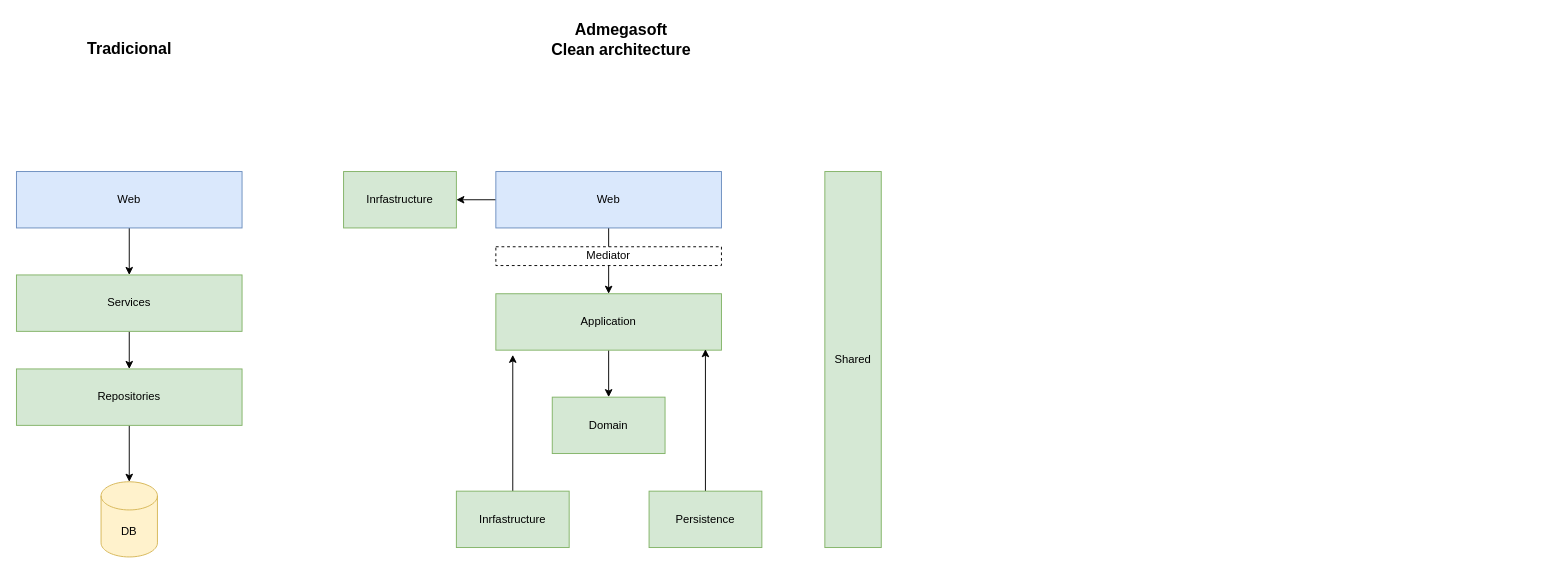
Before: docs/Diagrams/Clean vs Traditional.drawio in u99tomas/Admegatest, a draw.io diagram. Source tidied: cells renumbered, new cells numbered last; positions are measured from the earlier drawing's top-left corner, leaving out a move shared by most shapes. Both pictures are drawn from the tidied source at 94%, with x=0, y=0 at pixel (16, 16).
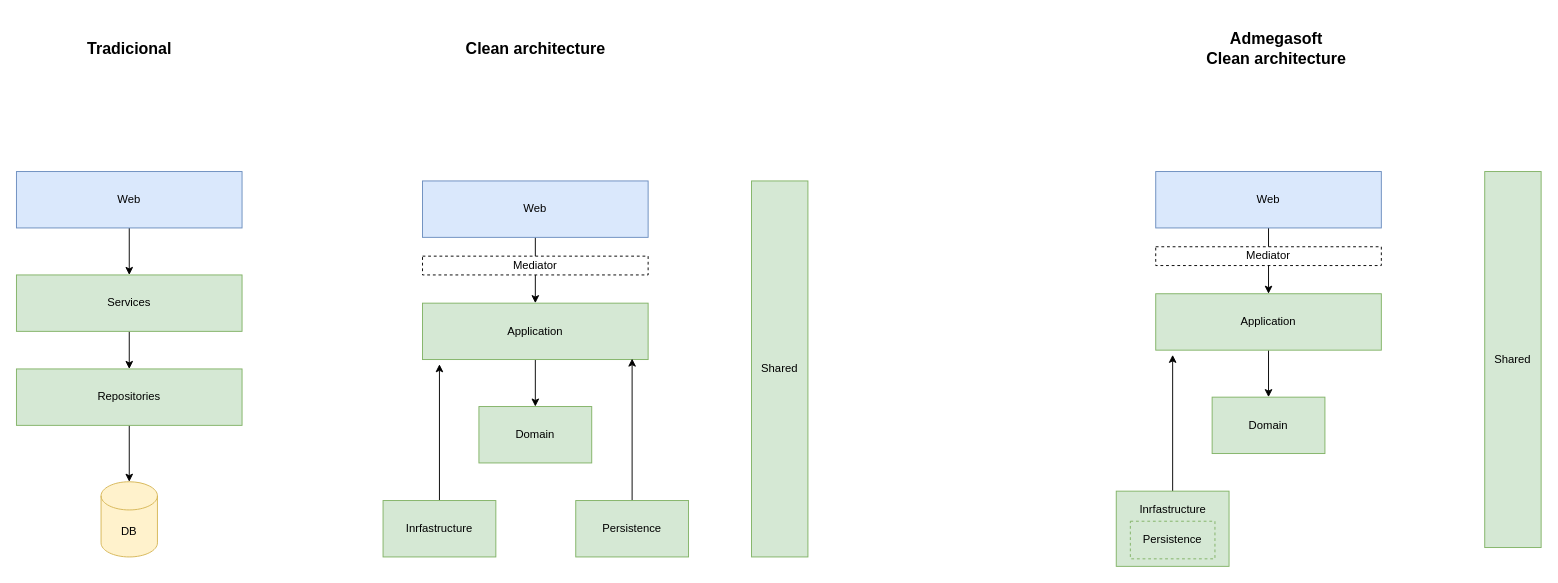
The same diagram, later.

What changed in the source:
```diff
@@
     <mxCell id="3" value="Application" style="rounded=0;whiteSpace=wrap;html=1;fillColor=#d5e8d4;strokeColor=#82b366;" parent="1" vertex="1">
-      <mxGeometry x="510" y="295" width="240" height="60" as="geometry" />
+      <mxGeometry x="432" y="305" width="240" height="60" as="geometry" />
     </mxCell>
@@
-    <mxCell id="5" style="edgeStyle=orthogonalEdgeStyle;rounded=0;jettySize=auto;html=1;" parent="1" edge="1" source="6" target="21">
-      <mxGeometry relative="1" as="geometry" />
-    </mxCell>
     <mxCell id="6" value="Web" style="whiteSpace=wrap;html=1;fillColor=#dae8fc;strokeColor=#6c8ebf;" parent="1" vertex="1">
-      <mxGeometry x="510" y="165" width="240" height="60" as="geometry" />
+      <mxGeometry x="432" y="175" width="240" height="60" as="geometry" />
     </mxCell>
     <mxCell id="7" value="Domain" style="whiteSpace=wrap;html=1;fillColor=#d5e8d4;strokeColor=#82b366;" parent="1" vertex="1">
-      <mxGeometry x="570" y="405" width="120" height="60" as="geometry" />
+      <mxGeometry x="492" y="415" width="120" height="60" as="geometry" />
     </mxCell>
@@
     <mxCell id="9" value="Inrfastructure" style="whiteSpace=wrap;html=1;fillColor=#d5e8d4;strokeColor=#82b366;" parent="1" vertex="1">
-      <mxGeometry x="468" y="505" width="120" height="60" as="geometry" />
+      <mxGeometry x="390" y="515" width="120" height="60" as="geometry" />
     </mxCell>
@@
     <mxCell id="11" value="Persistence" style="whiteSpace=wrap;html=1;fillColor=#d5e8d4;strokeColor=#82b366;" parent="1" vertex="1">
-      <mxGeometry x="673" y="505" width="120" height="60" as="geometry" />
+      <mxGeometry x="595" y="515" width="120" height="60" as="geometry" />
     </mxCell>
     <mxCell id="12" value="Shared" style="whiteSpace=wrap;html=1;fillColor=#d5e8d4;strokeColor=#82b366;" parent="1" vertex="1">
-      <mxGeometry x="860" y="165" width="60" height="400" as="geometry" />
+      <mxGeometry x="782" y="175" width="60" height="400" as="geometry" />
     </mxCell>
@@
     <mxCell id="20" value="Mediator" style="whiteSpace=wrap;html=1;dashed=1;" parent="1" vertex="1">
-      <mxGeometry x="510" y="245" width="240" height="20" as="geometry" />
+      <mxGeometry x="432" y="255" width="240" height="20" as="geometry" />
     </mxCell>
-    <mxCell id="21" value="Inrfastructure" style="whiteSpace=wrap;html=1;fillColor=#d5e8d4;strokeColor=#82b366;" parent="1" vertex="1">
-      <mxGeometry x="348" y="165" width="120" height="60" as="geometry" />
-    </mxCell>
@@
-    <mxCell id="23" value="Admegasoft&lt;br&gt;Clean architecture" style="text;html=1;align=center;verticalAlign=middle;strokeColor=none;fillColor=none;fontStyle=1;fontSize=17;" parent="1" vertex="1">
-      <mxGeometry x="563" width="160" height="50" as="geometry" />
+    <mxCell id="23" value="Clean architecture" style="text;html=1;align=center;verticalAlign=middle;strokeColor=none;fillColor=none;fontStyle=1;fontSize=17;" parent="1" vertex="1">
+      <mxGeometry x="472" y="20" width="160" height="30" as="geometry" />
     </mxCell>
+    <mxCell id="24" value="Admegasoft&lt;br&gt;Clean architecture" style="text;html=1;align=center;verticalAlign=middle;strokeColor=none;fillColor=none;fontStyle=1;fontSize=17;" parent="1" vertex="1">
+      <mxGeometry x="1260" y="10" width="160" height="50" as="geometry" />
+    </mxCell>
+    <mxCell id="25" style="edgeStyle=orthogonalEdgeStyle;rounded=0;jettySize=auto;html=1;" parent="1" edge="1" source="26" target="29">
+      <mxGeometry relative="1" as="geometry" />
+    </mxCell>
+    <mxCell id="26" value="Application" style="rounded=0;whiteSpace=wrap;html=1;fillColor=#d5e8d4;strokeColor=#82b366;" parent="1" vertex="1">
+      <mxGeometry x="1212" y="295" width="240" height="60" as="geometry" />
+    </mxCell>
+    <mxCell id="27" style="edgeStyle=orthogonalEdgeStyle;rounded=0;jettySize=auto;html=1;" parent="1" edge="1" source="28" target="26">
+      <mxGeometry relative="1" as="geometry" />
+    </mxCell>
+    <mxCell id="28" value="Web" style="whiteSpace=wrap;html=1;fillColor=#dae8fc;strokeColor=#6c8ebf;" parent="1" vertex="1">
+      <mxGeometry x="1212" y="165" width="240" height="60" as="geometry" />
+    </mxCell>
+    <mxCell id="29" value="Domain" style="whiteSpace=wrap;html=1;fillColor=#d5e8d4;strokeColor=#82b366;" parent="1" vertex="1">
+      <mxGeometry x="1272" y="405" width="120" height="60" as="geometry" />
+    </mxCell>
+    <mxCell id="30" style="edgeStyle=orthogonalEdgeStyle;rounded=0;jettySize=auto;html=1;entryX=0.075;entryY=1.083;entryDx=0;entryDy=0;entryPerimeter=0;" parent="1" edge="1" source="31" target="26">
+      <mxGeometry relative="1" as="geometry" />
+    </mxCell>
+    <mxCell id="31" style="whiteSpace=wrap;html=1;fillColor=#d5e8d4;strokeColor=#82b366;" parent="1" vertex="1">
+      <mxGeometry x="1170" y="505" width="120" height="80" as="geometry" />
+    </mxCell>
+    <mxCell id="32" value="Persistence" style="whiteSpace=wrap;html=1;fillColor=#d5e8d4;strokeColor=#82b366;dashed=1;" parent="1" vertex="1">
+      <mxGeometry x="1185" y="537" width="90" height="40" as="geometry" />
+    </mxCell>
+    <mxCell id="33" value="Shared" style="whiteSpace=wrap;html=1;fillColor=#d5e8d4;strokeColor=#82b366;" parent="1" vertex="1">
+      <mxGeometry x="1562" y="165" width="60" height="400" as="geometry" />
+    </mxCell>
+    <mxCell id="34" value="Mediator" style="whiteSpace=wrap;html=1;dashed=1;" parent="1" vertex="1">
+      <mxGeometry x="1212" y="245" width="240" height="20" as="geometry" />
+    </mxCell>
+    <mxCell id="21" value="&lt;span&gt;Inrfastructure&lt;/span&gt;" style="text;html=1;align=center;verticalAlign=middle;points=[];strokeColor=none;fillColor=none;" parent="1" vertex="1">
+      <mxGeometry x="1185" y="515" width="90" height="20" as="geometry" />
+    </mxCell>
```
